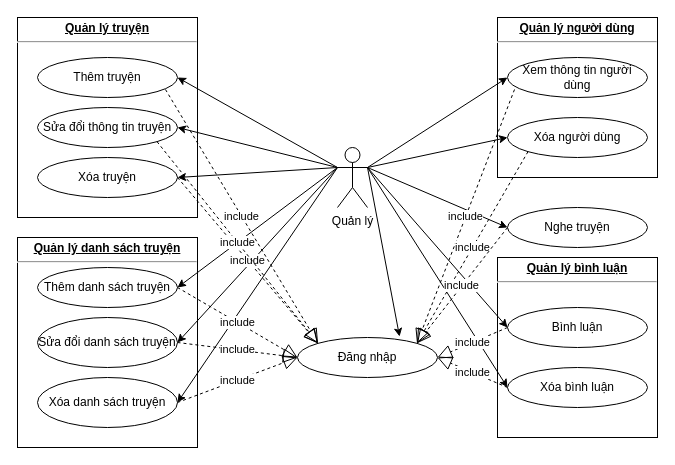
Earlier version of the draw.io diagram page "UC_actor_quanly" (2 of 19) of Doc/DwMlis.drawio (LeDuong130801/Mlis). Source tidied: cells renumbered, new cells numbered last; positions are measured from the earlier drawing's top-left corner, leaving out a move shared by most shapes. Both pictures are drawn from the tidied source at 100%, with x=0, y=0 at pixel (17, 17).
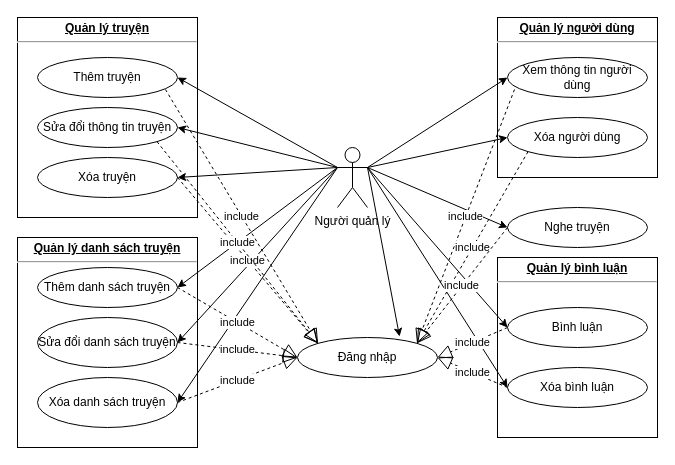
Above is the later version.

The edit, as a diff of the source:
```diff
@@
-    <mxCell id="2" value="Quản lý" style="shape=umlActor;verticalLabelPosition=bottom;verticalAlign=top;html=1;outlineConnect=0;" parent="1" vertex="1">
+    <mxCell id="2" value="Người quản lý" style="shape=umlActor;verticalLabelPosition=bottom;verticalAlign=top;html=1;outlineConnect=0;" parent="1" vertex="1">
       <mxGeometry x="320" y="130" width="30" height="60" as="geometry" />
     </mxCell>
```
